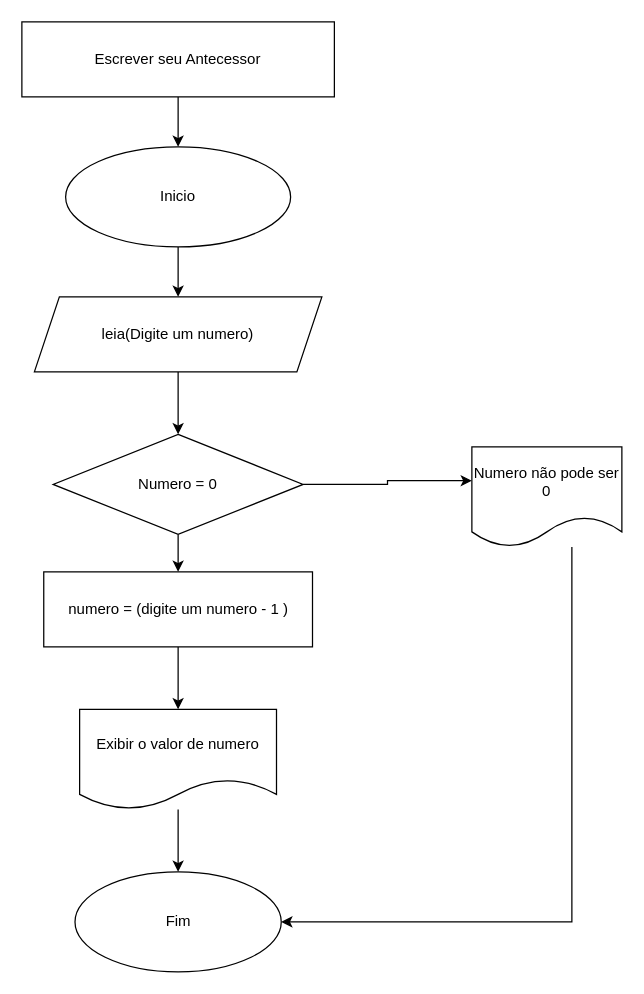
Before: EscreverSeuAntecessor.drawio in Rafael7360/Diagramas, a draw.io diagram. Source tidied: cells renumbered, new cells numbered last; positions are measured from the earlier drawing's top-left corner, leaving out a move shared by most shapes. Both pictures are drawn from the tidied source at 125%, with x=0, y=0 at pixel (21, 21).
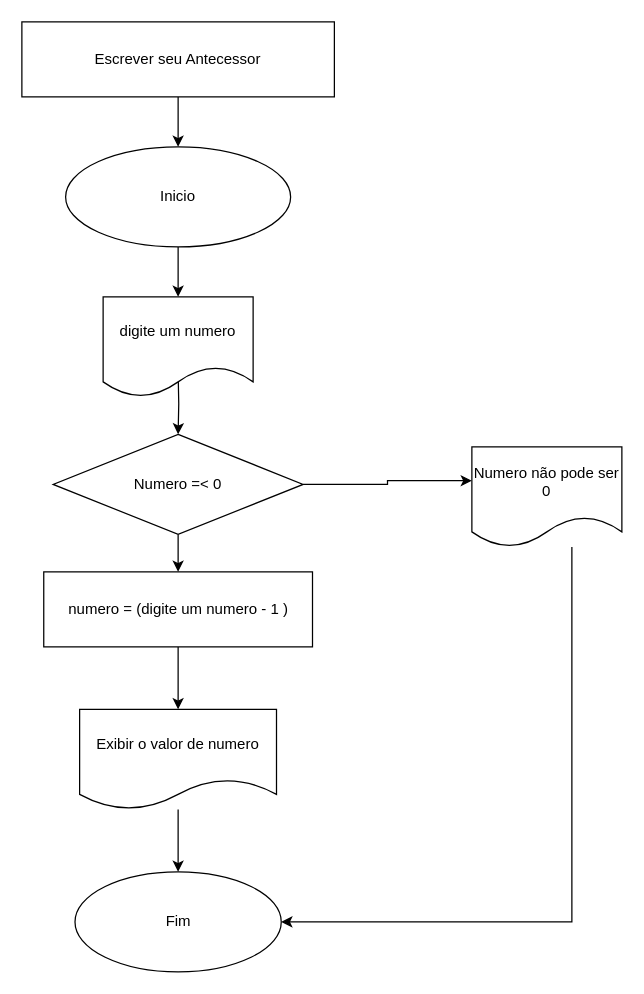
Above is the later version.

Unchanged cells that the change refers to:
```xml
<mxCell id="5" value="Inicio" style="ellipse;whiteSpace=wrap;html=1;" parent="1" vertex="1">
  <mxGeometry x="35" y="100" width="180" height="80" as="geometry" />
</mxCell>
```

What changed in the source:
```diff
@@
-    <mxCell id="4" style="edgeStyle=orthogonalEdgeStyle;rounded=0;jettySize=auto;html=1;" parent="1" edge="1" source="5" target="8">
-      <mxGeometry relative="1" as="geometry" />
+    <mxCell id="4" style="edgeStyle=orthogonalEdgeStyle;rounded=0;jettySize=auto;html=1;" parent="1" edge="1" source="5">
+      <mxGeometry relative="1" as="geometry">
+        <mxPoint x="125" y="220" as="targetPoint" />
+      </mxGeometry>
     </mxCell>
@@
-    <mxCell id="7" style="edgeStyle=orthogonalEdgeStyle;rounded=0;jettySize=auto;html=1;" parent="1" edge="1" source="8" target="17">
-      <mxGeometry relative="1" as="geometry" />
+    <mxCell id="7" style="edgeStyle=orthogonalEdgeStyle;rounded=0;jettySize=auto;html=1;" parent="1" edge="1" target="17">
+      <mxGeometry relative="1" as="geometry">
+        <mxPoint x="125" y="280" as="sourcePoint" />
+      </mxGeometry>
     </mxCell>
-    <mxCell id="8" value="leia(Digite um numero)" style="shape=parallelogram;perimeter=parallelogramPerimeter;whiteSpace=wrap;html=1;fixedSize=1;" parent="1" vertex="1">
-      <mxGeometry x="10" y="220" width="230" height="60" as="geometry" />
-    </mxCell>
@@
-    <mxCell id="17" value="Numero = 0" style="rhombus;whiteSpace=wrap;html=1;" parent="1" vertex="1">
+    <mxCell id="17" value="Numero =&amp;lt; 0" style="rhombus;whiteSpace=wrap;html=1;" parent="1" vertex="1">
       <mxGeometry x="25" y="330" width="200" height="80" as="geometry" />
     </mxCell>
+    <mxCell id="18" value="digite um numero" style="shape=document;whiteSpace=wrap;html=1;boundedLbl=1;" parent="1" vertex="1">
+      <mxGeometry x="65" y="220" width="120" height="80" as="geometry" />
+    </mxCell>
```
